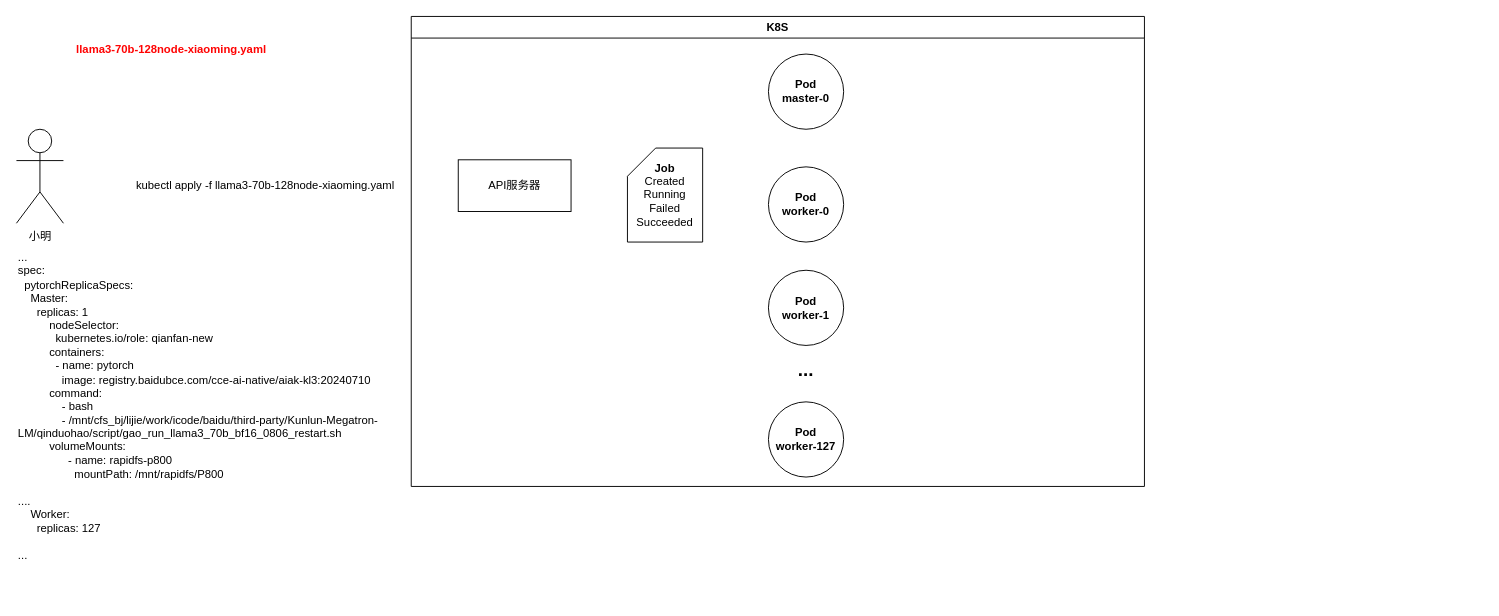
This is k8s.drawio from LamForest/draw.io, a draw.io file, before an edit. Source tidied: cells renumbered, new cells numbered last; positions are measured from the earlier drawing's top-left corner, leaving out a move shared by most shapes. Both pictures are drawn from the tidied source at 94%, with x=0, y=0 at pixel (16, 16).
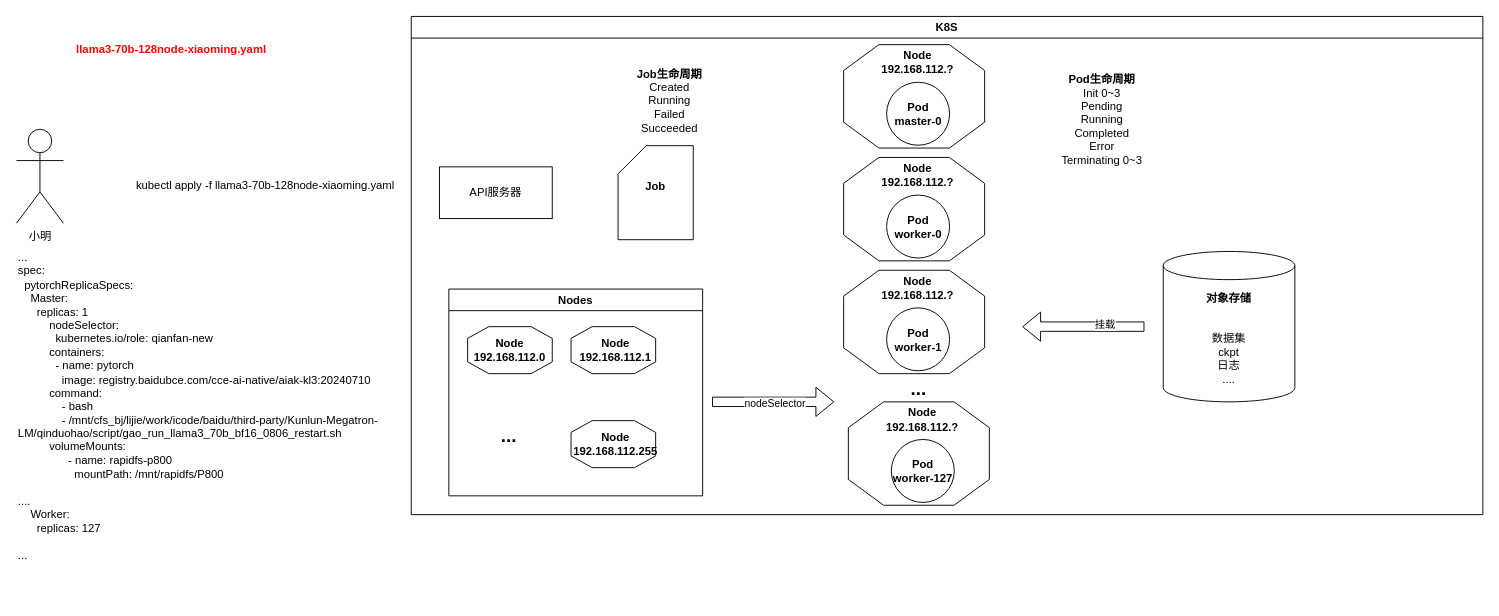
The same page after the edit.

Change to the diagram source:
```diff
@@
     <mxCell id="6" value="K8S" style="swimlane;whiteSpace=wrap;html=1;" parent="1" vertex="1">
-      <mxGeometry x="420" width="780" height="500" as="geometry" />
+      <mxGeometry x="420" width="1140" height="530" as="geometry" />
     </mxCell>
+    <mxCell id="14" style="group;" parent="6" vertex="1">
+      <mxGeometry x="460" y="30" width="150" height="110" as="geometry" />
+    </mxCell>
+    <mxCell id="15" style="verticalLabelPosition=bottom;verticalAlign=top;html=1;shape=mxgraph.basic.polygon;polyCoords=[[0.25,0],[0.75,0],[1,0.25],[1,0.75],[0.75,1],[0.25,1],[0,0.75],[0,0.25]];polyline=0;" parent="14" vertex="1">
+      <mxGeometry width="150" height="110" as="geometry" />
+    </mxCell>
+    <mxCell id="16" value="Node&lt;div&gt;192.168.112.?&lt;/div&gt;&lt;div&gt;&lt;br&gt;&lt;/div&gt;&lt;div&gt;&lt;br&gt;&lt;/div&gt;&lt;div&gt;&lt;br&gt;&lt;/div&gt;&lt;div&gt;&lt;br&gt;&lt;/div&gt;&lt;div&gt;&lt;br&gt;&lt;/div&gt;" style="text;html=1;align=center;verticalAlign=middle;whiteSpace=wrap;rounded=0;fontStyle=1;" parent="14" vertex="1">
+      <mxGeometry x="25" y="22" width="108.3" height="66" as="geometry" />
+    </mxCell>
+    <mxCell id="9" value="&lt;b&gt;Pod&lt;/b&gt;&lt;div&gt;&lt;b&gt;master-0&lt;/b&gt;&lt;/div&gt;" style="ellipse;whiteSpace=wrap;html=1;" parent="14" vertex="1">
+      <mxGeometry x="45.7" y="40" width="67" height="67" as="geometry" />
+    </mxCell>
     <mxCell id="7" value="API服务器" style="rounded=0;whiteSpace=wrap;html=1;" parent="6" vertex="1">
-      <mxGeometry x="50" y="152.5" width="120" height="55" as="geometry" />
+      <mxGeometry x="30" y="160" width="120" height="55" as="geometry" />
     </mxCell>
-    <mxCell id="8" value="&lt;b&gt;Job&lt;/b&gt;&lt;div&gt;Created&lt;/div&gt;&lt;div&gt;Running&lt;/div&gt;&lt;div&gt;Failed&lt;/div&gt;&lt;div&gt;Succeeded&lt;/div&gt;" style="shape=card;whiteSpace=wrap;html=1;" parent="6" vertex="1">
-      <mxGeometry x="230" y="140" width="80" height="100" as="geometry" />
+    <mxCell id="8" value="&lt;b&gt;Job&lt;/b&gt;&lt;div&gt;&lt;br&gt;&lt;/div&gt;" style="shape=card;whiteSpace=wrap;html=1;" parent="6" vertex="1">
+      <mxGeometry x="220" y="137.5" width="80" height="100" as="geometry" />
     </mxCell>
-    <mxCell id="9" value="&lt;b&gt;Pod&lt;/b&gt;&lt;div&gt;&lt;b&gt;master-0&lt;/b&gt;&lt;/div&gt;" style="ellipse;whiteSpace=wrap;html=1;" parent="6" vertex="1">
-      <mxGeometry x="380" y="40" width="80" height="80" as="geometry" />
-    </mxCell>
+    <mxCell id="13" value="..." style="text;html=1;align=center;verticalAlign=middle;whiteSpace=wrap;rounded=0;fontSize=20;fontStyle=1;" parent="6" vertex="1">
+      <mxGeometry x="510" y="380" width="60" height="30" as="geometry" />
+    </mxCell>
+    <mxCell id="17" style="verticalLabelPosition=bottom;verticalAlign=top;html=1;shape=mxgraph.basic.polygon;polyCoords=[[0.25,0],[0.75,0],[1,0.25],[1,0.75],[0.75,1],[0.25,1],[0,0.75],[0,0.25]];polyline=0;" parent="6" vertex="1">
+      <mxGeometry x="60" y="330" width="90" height="50" as="geometry" />
+    </mxCell>
+    <mxCell id="18" value="Node&lt;div&gt;192.168.112.0&lt;/div&gt;" style="text;html=1;align=center;verticalAlign=middle;whiteSpace=wrap;rounded=0;fontStyle=1;" parent="6" vertex="1">
+      <mxGeometry x="75" y="340" width="60" height="30" as="geometry" />
+    </mxCell>
+    <mxCell id="19" style="verticalLabelPosition=bottom;verticalAlign=top;html=1;shape=mxgraph.basic.polygon;polyCoords=[[0.25,0],[0.75,0],[1,0.25],[1,0.75],[0.75,1],[0.25,1],[0,0.75],[0,0.25]];polyline=0;" parent="6" vertex="1">
+      <mxGeometry x="170" y="330" width="90" height="50" as="geometry" />
+    </mxCell>
+    <mxCell id="20" value="Node&lt;div&gt;192.168.112.1&lt;/div&gt;" style="text;html=1;align=center;verticalAlign=middle;whiteSpace=wrap;rounded=0;fontStyle=1;" parent="6" vertex="1">
+      <mxGeometry x="185" y="340" width="65" height="30" as="geometry" />
+    </mxCell>
+    <mxCell id="21" value="..." style="text;html=1;align=center;verticalAlign=middle;whiteSpace=wrap;rounded=0;fontSize=20;fontStyle=1;" parent="6" vertex="1">
+      <mxGeometry x="74" y="430" width="60" height="30" as="geometry" />
+    </mxCell>
+    <mxCell id="22" style="group;" parent="6" vertex="1">
+      <mxGeometry x="170" y="430" width="90" height="50" as="geometry" />
+    </mxCell>
+    <mxCell id="23" style="verticalLabelPosition=bottom;verticalAlign=top;html=1;shape=mxgraph.basic.polygon;polyCoords=[[0.25,0],[0.75,0],[1,0.25],[1,0.75],[0.75,1],[0.25,1],[0,0.75],[0,0.25]];polyline=0;" parent="22" vertex="1">
+      <mxGeometry width="90" height="50" as="geometry" />
+    </mxCell>
+    <mxCell id="24" value="Node&lt;div&gt;192.168.112.255&lt;/div&gt;" style="text;html=1;align=center;verticalAlign=middle;whiteSpace=wrap;rounded=0;fontStyle=1;" parent="22" vertex="1">
+      <mxGeometry x="15" y="10" width="65" height="30" as="geometry" />
+    </mxCell>
+    <mxCell id="25" value="Nodes" style="swimlane;whiteSpace=wrap;html=1;" parent="6" vertex="1">
+      <mxGeometry x="40" y="290" width="270" height="220" as="geometry" />
+    </mxCell>
+    <mxCell id="26" style="shape=flexArrow;endArrow=classic;html=1;rounded=0;" parent="6" edge="1">
+      <mxGeometry relative="1" as="geometry">
+        <mxPoint x="320" y="410" as="sourcePoint" />
+        <mxPoint x="450" y="410" as="targetPoint" />
+      </mxGeometry>
+    </mxCell>
+    <mxCell id="27" value="nodeSelector" style="edgeLabel;html=1;align=center;verticalAlign=middle;" parent="26" vertex="1">
+      <mxGeometry x="0.01" y="-1" relative="1" as="geometry" />
+    </mxCell>
+    <mxCell id="28" style="group;" parent="6" vertex="1">
+      <mxGeometry x="460" y="150" width="150" height="110" as="geometry" />
+    </mxCell>
+    <mxCell id="29" style="verticalLabelPosition=bottom;verticalAlign=top;html=1;shape=mxgraph.basic.polygon;polyCoords=[[0.25,0],[0.75,0],[1,0.25],[1,0.75],[0.75,1],[0.25,1],[0,0.75],[0,0.25]];polyline=0;" parent="28" vertex="1">
+      <mxGeometry width="150" height="110" as="geometry" />
+    </mxCell>
+    <mxCell id="30" value="Node&lt;div&gt;192.168.112.?&lt;/div&gt;&lt;div&gt;&lt;br&gt;&lt;/div&gt;&lt;div&gt;&lt;br&gt;&lt;/div&gt;&lt;div&gt;&lt;br&gt;&lt;/div&gt;&lt;div&gt;&lt;br&gt;&lt;/div&gt;&lt;div&gt;&lt;br&gt;&lt;/div&gt;" style="text;html=1;align=center;verticalAlign=middle;whiteSpace=wrap;rounded=0;fontStyle=1;" parent="28" vertex="1">
+      <mxGeometry x="25" y="22" width="108.3" height="66" as="geometry" />
+    </mxCell>
-    <mxCell id="10" value="&lt;b&gt;Pod&lt;/b&gt;&lt;div&gt;&lt;b&gt;worker-0&lt;/b&gt;&lt;/div&gt;" style="ellipse;whiteSpace=wrap;html=1;" parent="6" vertex="1">
-      <mxGeometry x="380" y="160" width="80" height="80" as="geometry" />
+    <mxCell id="10" value="&lt;b&gt;Pod&lt;/b&gt;&lt;div&gt;&lt;b&gt;worker-0&lt;/b&gt;&lt;/div&gt;" style="ellipse;whiteSpace=wrap;html=1;" parent="28" vertex="1">
+      <mxGeometry x="45.7" y="40" width="67" height="67" as="geometry" />
     </mxCell>
+    <mxCell id="31" style="group;" parent="6" vertex="1">
+      <mxGeometry x="460" y="270" width="150" height="110" as="geometry" />
+    </mxCell>
+    <mxCell id="32" style="verticalLabelPosition=bottom;verticalAlign=top;html=1;shape=mxgraph.basic.polygon;polyCoords=[[0.25,0],[0.75,0],[1,0.25],[1,0.75],[0.75,1],[0.25,1],[0,0.75],[0,0.25]];polyline=0;" parent="31" vertex="1">
+      <mxGeometry width="150" height="110" as="geometry" />
+    </mxCell>
+    <mxCell id="33" value="Node&lt;div&gt;192.168.112.?&lt;/div&gt;&lt;div&gt;&lt;br&gt;&lt;/div&gt;&lt;div&gt;&lt;br&gt;&lt;/div&gt;&lt;div&gt;&lt;br&gt;&lt;/div&gt;&lt;div&gt;&lt;br&gt;&lt;/div&gt;&lt;div&gt;&lt;br&gt;&lt;/div&gt;" style="text;html=1;align=center;verticalAlign=middle;whiteSpace=wrap;rounded=0;fontStyle=1;" parent="31" vertex="1">
+      <mxGeometry x="25" y="22" width="108.3" height="66" as="geometry" />
+    </mxCell>
-    <mxCell id="11" value="&lt;b&gt;Pod&lt;/b&gt;&lt;div&gt;&lt;b&gt;worker-1&lt;/b&gt;&lt;/div&gt;" style="ellipse;whiteSpace=wrap;html=1;" parent="6" vertex="1">
-      <mxGeometry x="380" y="270" width="80" height="80" as="geometry" />
+    <mxCell id="11" value="&lt;b&gt;Pod&lt;/b&gt;&lt;div&gt;&lt;b&gt;worker-1&lt;/b&gt;&lt;/div&gt;" style="ellipse;whiteSpace=wrap;html=1;" parent="31" vertex="1">
+      <mxGeometry x="45.7" y="40" width="67" height="67" as="geometry" />
     </mxCell>
+    <mxCell id="34" style="group;" parent="6" vertex="1">
+      <mxGeometry x="465" y="410" width="150" height="110" as="geometry" />
+    </mxCell>
+    <mxCell id="35" style="verticalLabelPosition=bottom;verticalAlign=top;html=1;shape=mxgraph.basic.polygon;polyCoords=[[0.25,0],[0.75,0],[1,0.25],[1,0.75],[0.75,1],[0.25,1],[0,0.75],[0,0.25]];polyline=0;" parent="34" vertex="1">
+      <mxGeometry width="150" height="110" as="geometry" />
+    </mxCell>
+    <mxCell id="36" value="Node&lt;div&gt;192.168.112.?&lt;/div&gt;&lt;div&gt;&lt;br&gt;&lt;/div&gt;&lt;div&gt;&lt;br&gt;&lt;/div&gt;&lt;div&gt;&lt;br&gt;&lt;/div&gt;&lt;div&gt;&lt;br&gt;&lt;/div&gt;&lt;div&gt;&lt;br&gt;&lt;/div&gt;" style="text;html=1;align=center;verticalAlign=middle;whiteSpace=wrap;rounded=0;fontStyle=1;" parent="34" vertex="1">
+      <mxGeometry x="25" y="22" width="108.3" height="66" as="geometry" />
+    </mxCell>
-    <mxCell id="12" value="&lt;b&gt;Pod&lt;/b&gt;&lt;div&gt;&lt;b&gt;worker-127&lt;/b&gt;&lt;/div&gt;" style="ellipse;whiteSpace=wrap;html=1;" parent="6" vertex="1">
-      <mxGeometry x="380" y="410" width="80" height="80" as="geometry" />
+    <mxCell id="12" value="&lt;b&gt;Pod&lt;/b&gt;&lt;div&gt;&lt;b&gt;worker-127&lt;/b&gt;&lt;/div&gt;" style="ellipse;whiteSpace=wrap;html=1;" parent="34" vertex="1">
+      <mxGeometry x="45.7" y="40" width="67" height="67" as="geometry" />
     </mxCell>
-    <mxCell id="13" value="..." style="text;html=1;align=center;verticalAlign=middle;whiteSpace=wrap;rounded=0;fontSize=20;fontStyle=1;" parent="6" vertex="1">
-      <mxGeometry x="390" y="360" width="60" height="30" as="geometry" />
-    </mxCell>
+    <mxCell id="37" value="&lt;b&gt;对象存储&lt;/b&gt;&lt;div&gt;&lt;br&gt;&lt;/div&gt;&lt;div&gt;&lt;br&gt;&lt;div&gt;数据集&lt;/div&gt;&lt;div&gt;ckpt&lt;/div&gt;&lt;div&gt;日志&lt;/div&gt;&lt;div&gt;....&lt;/div&gt;&lt;/div&gt;" style="shape=cylinder3;whiteSpace=wrap;html=1;boundedLbl=1;backgroundOutline=1;size=15;" parent="6" vertex="1">
+      <mxGeometry x="800" y="250" width="140" height="160" as="geometry" />
+    </mxCell>
+    <mxCell id="38" style="shape=flexArrow;endArrow=classic;html=1;rounded=0;" parent="6" edge="1">
+      <mxGeometry relative="1" as="geometry">
+        <mxPoint x="780" y="330" as="sourcePoint" />
+        <mxPoint x="650" y="330" as="targetPoint" />
+      </mxGeometry>
+    </mxCell>
+    <mxCell id="39" value="挂载" style="edgeLabel;html=1;align=center;verticalAlign=middle;" parent="38" vertex="1">
+      <mxGeometry x="-0.34" y="-3" relative="1" as="geometry" />
+    </mxCell>
+    <mxCell id="40" value="&lt;b&gt;Pod生命周期&lt;/b&gt;&lt;div&gt;&lt;div&gt;Init 0~3&lt;/div&gt;&lt;div&gt;Pending&lt;/div&gt;&lt;div&gt;Running&lt;/div&gt;&lt;div&gt;Completed&lt;/div&gt;&lt;div&gt;Error&lt;/div&gt;&lt;div&gt;Terminating 0~3&lt;/div&gt;&lt;/div&gt;" style="text;html=1;align=center;verticalAlign=middle;whiteSpace=wrap;rounded=0;" parent="6" vertex="1">
+      <mxGeometry x="660" y="60" width="150" height="100" as="geometry" />
+    </mxCell>
+    <mxCell id="41" value="&lt;b&gt;Job生命周期&lt;/b&gt;&lt;div&gt;&lt;div&gt;Created&lt;/div&gt;&lt;div&gt;Running&lt;/div&gt;&lt;div&gt;Failed&lt;/div&gt;&lt;div&gt;Succeeded&lt;/div&gt;&lt;/div&gt;" style="text;html=1;align=center;verticalAlign=middle;whiteSpace=wrap;rounded=0;" parent="6" vertex="1">
+      <mxGeometry x="230" y="40" width="90" height="100" as="geometry" />
+    </mxCell>
```
